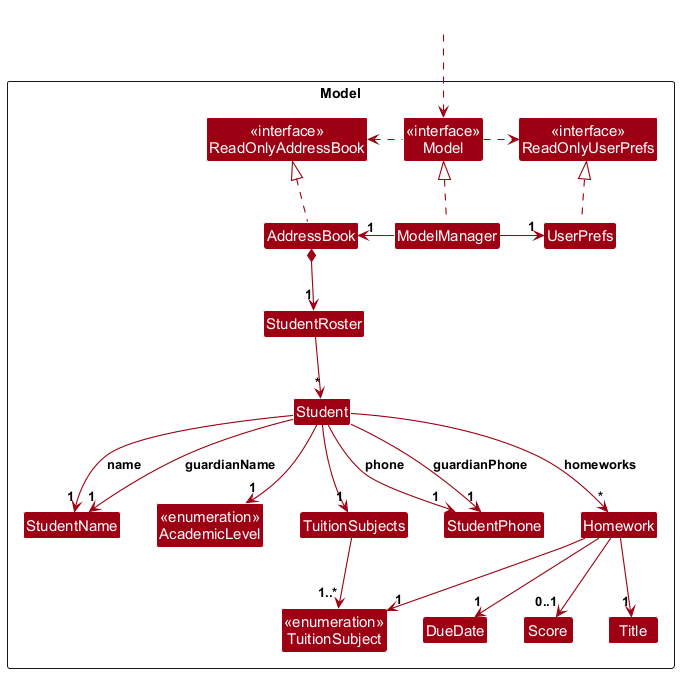
AY2627S1-CS2103-F12-1/tp keeps this PlantUML diagram as docs/images/ModelClassDiagram.png. Above is the earlier version.
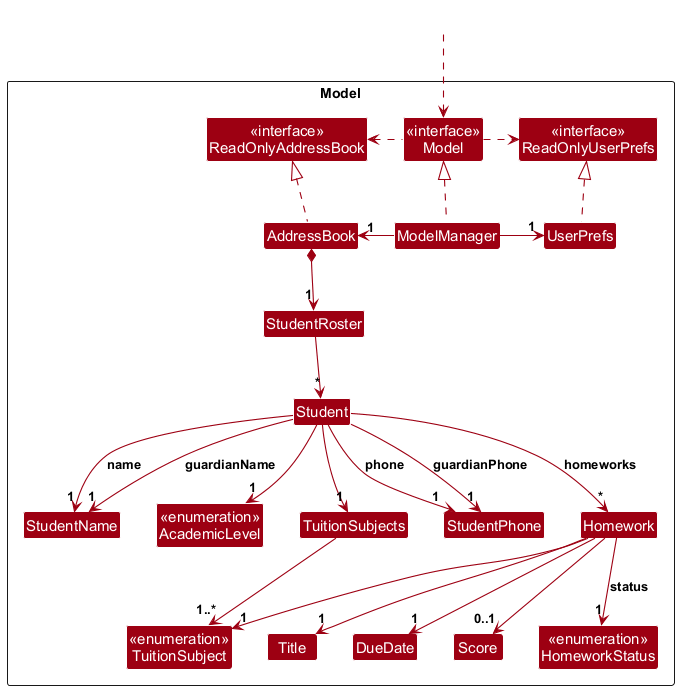
The same diagram one commit later.

Commit message:
Document homework status persistence with UML

Diff of the diagram source:
```diff
@@ -20,6 +20,7 @@
 Class StudentPhone
 
 Class Homework
+Enum "<<enumeration>>\nHomeworkStatus" as HomeworkStatus
 Class Title
 Enum "<<enumeration>>\nTuitionSubject" as TuitionSubject
 Class DueDate
@@ -53,4 +54,5 @@
 Homework --> "1" TuitionSubject
 Homework --> "1" DueDate
 Homework --> "0..1" Score
+Homework --> "1" HomeworkStatus : status
 @enduml
```
